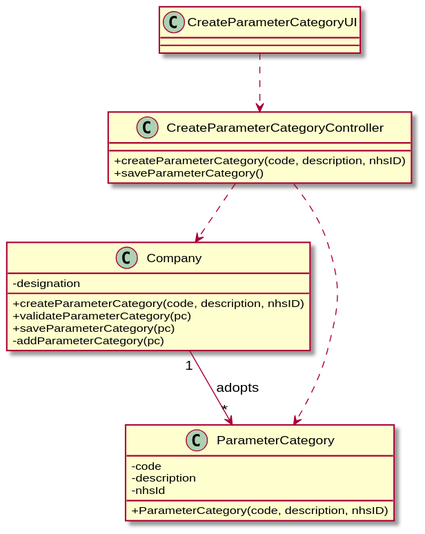
0franciscor/lei-21-s2-1de-g19 keeps this PlantUML diagram as docs/SprintB/US11/US11-CD.svg. Above is the earlier version.
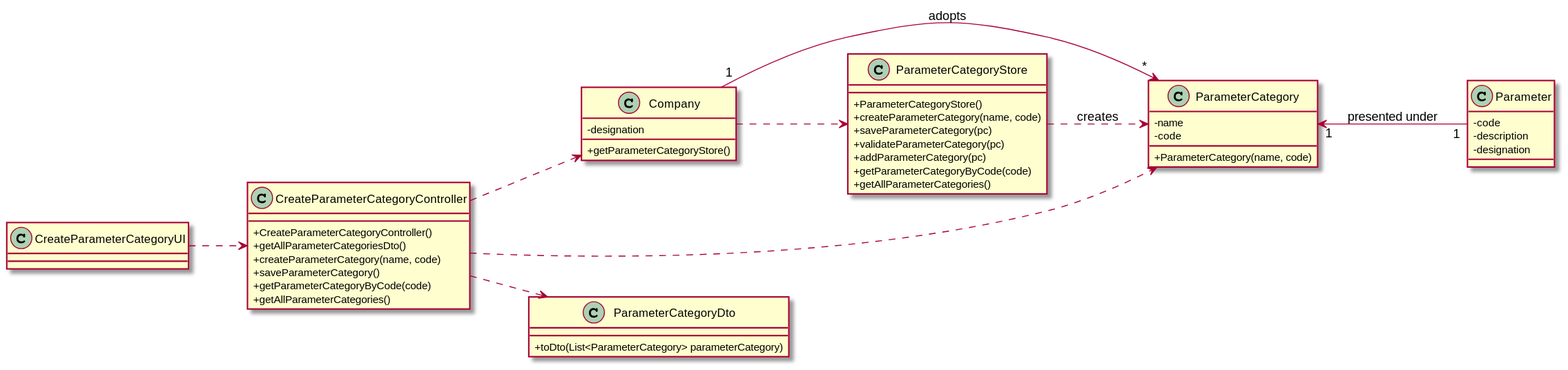
After the change.

The edit, as a diff of the source:
```diff
@@ -1,29 +1,58 @@
 @startuml
 skinparam classAttributeIconSize 0
+left to right direction
+
 class "Company" as COMP {
 -designation
-+createParameterCategory(code, description, nhsID)
-+validateParameterCategory(pc)
-+saveParameterCategory(pc)
--addParameterCategory(pc)
++getParameterCategoryStore()
 }
+
 class "ParameterCategory" as PC {
+-name
+-code
++ParameterCategory(name, code)
+}
+
+class "Parameter" as P{
 -code
 -description
--nhsId
-+ParameterCategory(code, description, nhsID)
-}
-class "CreateParameterCategoryController" as CPCC {
-+createParameterCategory(code, description, nhsID)
-+saveParameterCategory()
+-designation
 }
 
+class "ParameterCategoryDto" as pcDto{
++toDto(List<ParameterCategory> parameterCategory)
+}
+
+class "CreateParameterCategoryController" as CPCC {
++CreateParameterCategoryController()
++getAllParameterCategoriesDto()
++createParameterCategory(name, code)
++saveParameterCategory()
++getParameterCategoryByCode(code)
++getAllParameterCategories()
+}
+
+class "ParameterCategoryStore" as PCS {
++ParameterCategoryStore()
++createParameterCategory(name, code)
++saveParameterCategory(pc)
++validateParameterCategory(pc)
++addParameterCategory(pc)
++getParameterCategoryByCode(code)
++getAllParameterCategories()
+}
 
 class "CreateParameterCategoryUI" as CPCUI
 class "ParameterCategory" as PC
 class "CreateParameterCategoryController" as CPCC
+
 CPCUI ..> CPCC
+COMP ..> PCS
+PCS ..> PC  :creates
 CPCC ..> PC
 CPCC ..> COMP
+CPCC ..> pcDto
+PC "1" <-- "1" P : presented under
 COMP "1" --> "*" PC : adopts
+
 @enduml
```
